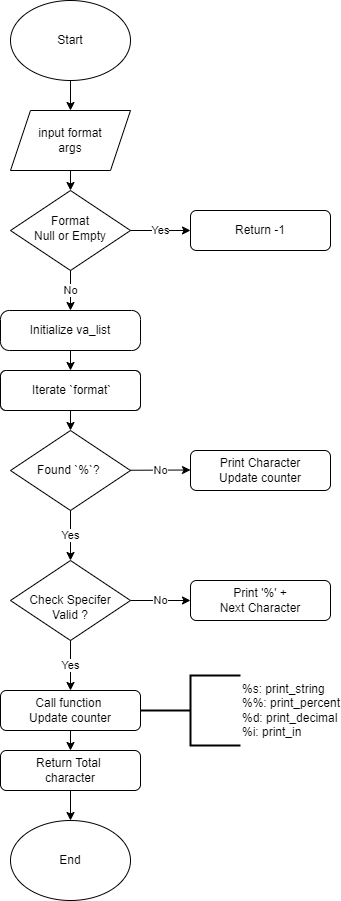
Earlier version of the draw.io export diagram.png (alexandremorin24/_printf_holberton). Source tidied: cells renumbered, new cells last; positions are measured from the earlier drawing's top-left corner, leaving out a move shared by most shapes.
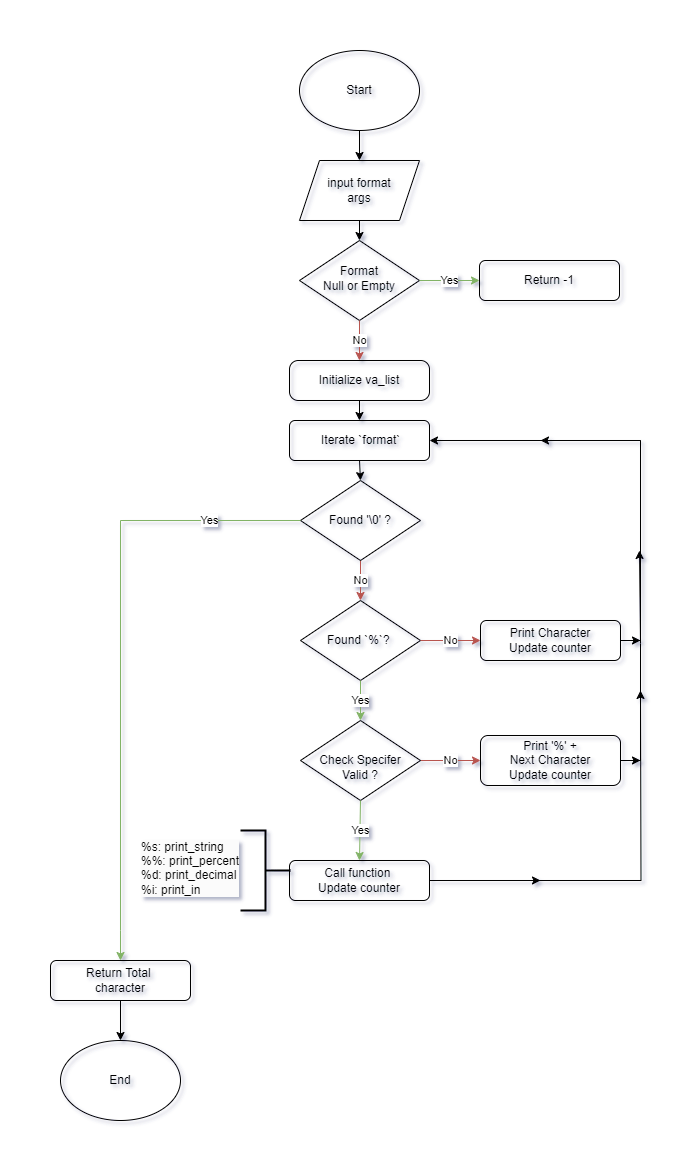
Later version of the same file.

Change to the diagram source:
```diff
@@ -1,91 +1,147 @@
-<mxGraphModel>
+<mxGraphModel shadow="1">
   <root>
     <mxCell id="0" />
     <mxCell id="1" parent="0" />
     <mxCell id="2" value="Format&lt;div&gt;Null or Empty&lt;/div&gt;" style="rhombus;whiteSpace=wrap;html=1;shadow=0;fontFamily=Helvetica;fontSize=12;align=center;strokeWidth=1;spacing=6;spacingTop=-4;gradientColor=none;fillColor=none;fillStyle=cross-hatch;" parent="1" vertex="1">
-      <mxGeometry x="10" y="190" width="120" height="80" as="geometry" />
+      <mxGeometry x="9" y="80" width="120" height="80" as="geometry" />
     </mxCell>
     <mxCell id="3" value="Return -1" style="rounded=1;whiteSpace=wrap;html=1;fontSize=12;glass=0;strokeWidth=1;shadow=0;gradientColor=none;fillColor=none;fillStyle=cross-hatch;" parent="1" vertex="1">
-      <mxGeometry x="190" y="210" width="140" height="40" as="geometry" />
+      <mxGeometry x="189" y="100" width="140" height="40" as="geometry" />
     </mxCell>
     <mxCell id="4" value="Start" style="ellipse;whiteSpace=wrap;html=1;gradientColor=none;fillColor=none;fillStyle=cross-hatch;" parent="1" vertex="1">
-      <mxGeometry x="10" width="120" height="80" as="geometry" />
+      <mxGeometry x="9" y="-110" width="120" height="80" as="geometry" />
     </mxCell>
     <mxCell id="5" value="Initialize va_list" style="rounded=1;whiteSpace=wrap;html=1;gradientColor=none;arcSize=22;fillColor=none;fillStyle=cross-hatch;" parent="1" vertex="1">
-      <mxGeometry y="310" width="140" height="40" as="geometry" />
+      <mxGeometry x="-1" y="200" width="140" height="40" as="geometry" />
     </mxCell>
     <mxCell id="6" style="edgeStyle=orthogonalEdgeStyle;rounded=0;orthogonalLoop=1;jettySize=auto;html=1;exitX=0.5;exitY=1;exitDx=0;exitDy=0;" parent="1" edge="1" source="5" target="5">
       <mxGeometry relative="1" as="geometry" />
     </mxCell>
+    <mxCell id="29" style="edgeStyle=orthogonalEdgeStyle;rounded=0;jettySize=auto;html=1;exitX=0.5;exitY=1;exitDx=0;exitDy=0;entryX=0.5;entryY=0;entryDx=0;entryDy=0;" parent="1" edge="1" source="7" target="35">
+      <mxGeometry relative="1" as="geometry" />
+    </mxCell>
     <mxCell id="7" value="&amp;nbsp;Iterate `format`" style="rounded=1;whiteSpace=wrap;html=1;gradientColor=none;arcSize=14;fillColor=none;fillStyle=cross-hatch;" parent="1" vertex="1">
-      <mxGeometry y="370" width="140" height="40" as="geometry" />
+      <mxGeometry x="-1" y="260" width="140" height="40" as="geometry" />
     </mxCell>
     <mxCell id="8" value="&amp;nbsp;Found `&lt;span class=&quot;hljs-operator&quot;&gt;%&lt;/span&gt;`?&amp;nbsp;&amp;nbsp;" style="rhombus;whiteSpace=wrap;html=1;gradientColor=none;fillColor=none;fillStyle=cross-hatch;" parent="1" vertex="1">
-      <mxGeometry x="10" y="430" width="120" height="80" as="geometry" />
+      <mxGeometry x="10" y="440" width="120" height="80" as="geometry" />
     </mxCell>
+    <mxCell id="30" style="edgeStyle=orthogonalEdgeStyle;rounded=0;jettySize=auto;html=1;exitX=1;exitY=0.5;exitDx=0;exitDy=0;" parent="1" edge="1" source="9">
+      <mxGeometry relative="1" as="geometry">
+        <mxPoint x="350" y="530" as="targetPoint" />
+      </mxGeometry>
+    </mxCell>
     <mxCell id="9" value="Call function&amp;nbsp;&lt;div&gt;Update counter&lt;/div&gt;" style="rounded=1;whiteSpace=wrap;html=1;gradientColor=none;fillColor=none;fillStyle=cross-hatch;" parent="1" vertex="1">
-      <mxGeometry y="690" width="140" height="40" as="geometry" />
+      <mxGeometry x="-1" y="700" width="140" height="40" as="geometry" />
     </mxCell>
+    <mxCell id="22" style="edgeStyle=orthogonalEdgeStyle;rounded=0;jettySize=auto;html=1;exitX=0.5;exitY=1;exitDx=0;exitDy=0;entryX=0.5;entryY=0;entryDx=0;entryDy=0;" parent="1" edge="1" source="10" target="21">
+      <mxGeometry relative="1" as="geometry" />
+    </mxCell>
     <mxCell id="10" value="Return Total&amp;nbsp;&lt;div&gt;character&lt;/div&gt;" style="rounded=1;whiteSpace=wrap;html=1;gradientColor=none;fillColor=none;fillStyle=cross-hatch;" parent="1" vertex="1">
-      <mxGeometry y="750" width="140" height="40" as="geometry" />
+      <mxGeometry x="-240" y="800" width="140" height="40" as="geometry" />
     </mxCell>
+    <mxCell id="18" value="No" style="edgeStyle=orthogonalEdgeStyle;rounded=0;jettySize=auto;html=1;exitX=1;exitY=0.5;exitDx=0;exitDy=0;entryX=0;entryY=0.5;entryDx=0;entryDy=0;fillColor=#f8cecc;strokeColor=#b85450;" parent="1" edge="1" source="11" target="12">
+      <mxGeometry relative="1" as="geometry" />
+    </mxCell>
     <mxCell id="11" value="&lt;div&gt;&lt;br&gt;&lt;/div&gt;Check Specifer&lt;div&gt;Valid ?&lt;/div&gt;" style="rhombus;whiteSpace=wrap;html=1;gradientColor=none;fillColor=none;fillStyle=cross-hatch;" parent="1" vertex="1">
       <mxGeometry x="10" y="560" width="120" height="80" as="geometry" />
     </mxCell>
+    <mxCell id="31" style="edgeStyle=orthogonalEdgeStyle;rounded=0;jettySize=auto;html=1;exitX=1;exitY=0.5;exitDx=0;exitDy=0;" parent="1" edge="1" source="12">
+      <mxGeometry relative="1" as="geometry">
+        <mxPoint x="349" y="390" as="targetPoint" />
+      </mxGeometry>
+    </mxCell>
-    <mxCell id="12" value="Print '%' +&lt;div&gt;Next Character&lt;/div&gt;" style="rounded=1;whiteSpace=wrap;html=1;gradientColor=none;fillColor=none;fillStyle=cross-hatch;" parent="1" vertex="1">
-      <mxGeometry x="190" y="580" width="140" height="40" as="geometry" />
+    <mxCell id="12" value="Print '%' +&lt;div&gt;Next Character&lt;/div&gt;&lt;div&gt;Update counter&lt;/div&gt;" style="rounded=1;whiteSpace=wrap;html=1;gradientColor=none;fillColor=none;fillStyle=cross-hatch;" parent="1" vertex="1">
+      <mxGeometry x="190" y="575" width="140" height="50" as="geometry" />
     </mxCell>
-    <mxCell id="13" value="No" style="endArrow=classic;html=1;rounded=0;entryX=0.5;entryY=0;entryDx=0;entryDy=0;exitX=0.5;exitY=1;exitDx=0;exitDy=0;" parent="1" edge="1" source="2" target="5">
+    <mxCell id="13" value="No" style="endArrow=classic;html=1;rounded=0;entryX=0.5;entryY=0;entryDx=0;entryDy=0;exitX=0.5;exitY=1;exitDx=0;exitDy=0;fillColor=#f8cecc;strokeColor=#b85450;" parent="1" edge="1" source="2" target="5">
       <mxGeometry relative="1" as="geometry" />
     </mxCell>
-    <mxCell id="14" value="Yes" style="endArrow=classic;html=1;rounded=0;entryX=0;entryY=0.5;entryDx=0;entryDy=0;exitX=1;exitY=0.5;exitDx=0;exitDy=0;" parent="1" edge="1" source="2" target="3">
+    <mxCell id="14" value="Yes" style="endArrow=classic;html=1;rounded=0;entryX=0;entryY=0.5;entryDx=0;entryDy=0;exitX=1;exitY=0.5;exitDx=0;exitDy=0;fillColor=#d5e8d4;strokeColor=#82b366;" parent="1" edge="1" source="2" target="3">
       <mxGeometry relative="1" as="geometry" />
     </mxCell>
-    <mxCell id="15" style="endArrow=classic;html=1;rounded=0;entryX=0.5;entryY=0;entryDx=0;entryDy=0;exitX=0.5;exitY=1;exitDx=0;exitDy=0;" parent="1" edge="1" source="7" target="8">
-      <mxGeometry relative="1" as="geometry" />
-    </mxCell>
     <mxCell id="16" style="endArrow=classic;html=1;rounded=0;entryX=0.5;entryY=0;entryDx=0;entryDy=0;exitX=0.5;exitY=1;exitDx=0;exitDy=0;" parent="1" edge="1" source="5" target="7">
       <mxGeometry relative="1" as="geometry" />
     </mxCell>
-    <mxCell id="17" value="Yes" style="endArrow=classic;html=1;rounded=0;exitX=0.5;exitY=1;exitDx=0;exitDy=0;entryX=0.5;entryY=0;entryDx=0;entryDy=0;" parent="1" edge="1" source="8" target="11">
+    <mxCell id="17" value="Yes" style="endArrow=classic;html=1;rounded=0;exitX=0.5;exitY=1;exitDx=0;exitDy=0;entryX=0.5;entryY=0;entryDx=0;entryDy=0;fillColor=#d5e8d4;strokeColor=#82b366;" parent="1" edge="1" source="8" target="11">
       <mxGeometry relative="1" as="geometry" />
     </mxCell>
-    <mxCell id="18" value="No" style="endArrow=classic;html=1;rounded=0;entryX=0;entryY=0.5;entryDx=0;entryDy=0;exitX=1;exitY=0.5;exitDx=0;exitDy=0;" parent="1" edge="1" source="11" target="12">
-      <mxGeometry relative="1" as="geometry" />
-    </mxCell>
-    <mxCell id="19" value="Yes" style="endArrow=classic;html=1;rounded=0;entryX=0.5;entryY=0;entryDx=0;entryDy=0;exitX=0.5;exitY=1;exitDx=0;exitDy=0;" parent="1" edge="1" source="11" target="9">
+    <mxCell id="19" value="Yes" style="endArrow=classic;html=1;rounded=0;entryX=0.5;entryY=0;entryDx=0;entryDy=0;exitX=0.5;exitY=1;exitDx=0;exitDy=0;fillColor=#d5e8d4;strokeColor=#82b366;" parent="1" edge="1" source="11" target="9">
       <mxGeometry relative="1" as="geometry" />
     </mxCell>
-    <mxCell id="20" style="endArrow=classic;html=1;rounded=0;entryX=0.5;entryY=0;entryDx=0;entryDy=0;exitX=0.5;exitY=1;exitDx=0;exitDy=0;" parent="1" edge="1" source="9">
-      <mxGeometry relative="1" as="geometry">
-        <mxPoint x="70" y="750" as="targetPoint" />
-      </mxGeometry>
-    </mxCell>
     <mxCell id="21" value="End" style="ellipse;whiteSpace=wrap;html=1;gradientColor=none;fillColor=none;fillStyle=cross-hatch;" parent="1" vertex="1">
-      <mxGeometry x="10" y="820" width="120" height="80" as="geometry" />
+      <mxGeometry x="-230" y="880" width="120" height="80" as="geometry" />
     </mxCell>
-    <mxCell id="22" style="endArrow=classic;html=1;rounded=0;exitX=0.5;exitY=1;exitDx=0;exitDy=0;entryX=0.5;entryY=0;entryDx=0;entryDy=0;" parent="1" edge="1" source="10" target="21">
-      <mxGeometry relative="1" as="geometry" />
-    </mxCell>
+    <mxCell id="32" style="edgeStyle=orthogonalEdgeStyle;rounded=0;jettySize=auto;html=1;exitX=1;exitY=0.5;exitDx=0;exitDy=0;entryX=1;entryY=0.5;entryDx=0;entryDy=0;" parent="1" edge="1" source="23" target="7">
+      <mxGeometry relative="1" as="geometry" />
+    </mxCell>
     <mxCell id="23" value="Print Character&lt;div&gt;Update counter&lt;/div&gt;" style="rounded=1;whiteSpace=wrap;html=1;gradientColor=none;fillColor=none;fillStyle=cross-hatch;" parent="1" vertex="1">
-      <mxGeometry x="190" y="450" width="140" height="40" as="geometry" />
+      <mxGeometry x="190" y="460" width="140" height="40" as="geometry" />
     </mxCell>
-    <mxCell id="24" value="No" style="endArrow=classic;html=1;rounded=0;entryX=0;entryY=0.5;entryDx=0;entryDy=0;" parent="1" edge="1" source="8">
-      <mxGeometry relative="1" as="geometry">
-        <mxPoint x="190" y="469.5" as="targetPoint" />
-      </mxGeometry>
+    <mxCell id="24" value="No" style="endArrow=classic;html=1;rounded=0;entryX=0;entryY=0.5;entryDx=0;entryDy=0;fillColor=#f8cecc;strokeColor=#b85450;" parent="1" edge="1" source="8" target="23">
+      <mxGeometry relative="1" as="geometry" />
     </mxCell>
     <mxCell id="25" value="input format&lt;div&gt;args&lt;/div&gt;" style="shape=parallelogram;perimeter=parallelogramPerimeter;whiteSpace=wrap;html=1;fixedSize=1;gradientColor=none;fillColor=none;" parent="1" vertex="1">
-      <mxGeometry x="10" y="110" width="120" height="60" as="geometry" />
+      <mxGeometry x="9" width="120" height="60" as="geometry" />
     </mxCell>
-    <mxCell id="26" value="&lt;div&gt;&lt;span style=&quot;white-space-collapse: collapse;&quot;&gt;%s: print_string&lt;/span&gt;&lt;/div&gt;&lt;div&gt;&lt;span style=&quot;white-space-collapse: collapse;&quot;&gt;%%: print_percent&lt;/span&gt;&lt;/div&gt;&lt;div&gt;&lt;span style=&quot;white-space-collapse: collapse;&quot;&gt;%d: print_decimal&lt;/span&gt;&lt;/div&gt;&lt;div&gt;&lt;span style=&quot;white-space-collapse: collapse;&quot;&gt;%i: print_in&lt;/span&gt;&lt;/div&gt;" style="strokeWidth=2;html=1;shape=mxgraph.flowchart.annotation_2;align=left;labelPosition=right;" parent="1" vertex="1">
-      <mxGeometry x="140" y="675" width="100" height="70" as="geometry" />
-    </mxCell>
     <mxCell id="27" style="endArrow=classic;html=1;rounded=0;exitX=0.5;exitY=1;exitDx=0;exitDy=0;entryX=0.5;entryY=0;entryDx=0;entryDy=0;" parent="1" edge="1" source="4" target="25">
       <mxGeometry relative="1" as="geometry" />
     </mxCell>
     <mxCell id="28" style="endArrow=classic;html=1;rounded=0;exitX=0.5;exitY=1;exitDx=0;exitDy=0;entryX=0.5;entryY=0;entryDx=0;entryDy=0;" parent="1" edge="1" source="25" target="2">
       <mxGeometry relative="1" as="geometry" />
     </mxCell>
+    <mxCell id="33" value="No" style="edgeStyle=orthogonalEdgeStyle;rounded=0;jettySize=auto;html=1;exitX=0.5;exitY=1;exitDx=0;exitDy=0;entryX=0.5;entryY=0;entryDx=0;entryDy=0;fillColor=#f8cecc;strokeColor=#b85450;" parent="1" edge="1" source="35" target="8">
+      <mxGeometry relative="1" as="geometry" />
+    </mxCell>
+    <mxCell id="34" style="edgeStyle=orthogonalEdgeStyle;rounded=0;jettySize=auto;html=1;exitX=1;exitY=0.5;exitDx=0;exitDy=0;" parent="1" edge="1" source="35">
+      <mxGeometry relative="1" as="geometry">
+        <mxPoint x="130.3" y="360" as="targetPoint" />
+      </mxGeometry>
+    </mxCell>
+    <mxCell id="35" value="Found '\0' ?" style="rhombus;whiteSpace=wrap;html=1;fillColor=none;" parent="1" vertex="1">
+      <mxGeometry x="10" y="320" width="120" height="80" as="geometry" />
+    </mxCell>
+    <mxCell id="36" value="Yes" style="endArrow=classic;html=1;rounded=0;entryX=0.5;entryY=0;entryDx=0;entryDy=0;exitX=0;exitY=0.5;exitDx=0;exitDy=0;fillColor=#d5e8d4;strokeColor=#82b366;" parent="1" edge="1" source="35" target="10">
+      <mxGeometry x="-0.71" relative="1" as="geometry">
+        <Array as="points">
+          <mxPoint x="-170" y="360" />
+          <mxPoint x="-170" y="770" />
+        </Array>
+        <mxPoint x="-1" as="offset" />
+      </mxGeometry>
+    </mxCell>
+    <mxCell id="37" style="strokeWidth=2;html=1;shape=mxgraph.flowchart.annotation_2;align=left;labelPosition=right;direction=west;" parent="1" vertex="1">
+      <mxGeometry x="-50" y="670" width="50" height="80" as="geometry" />
+    </mxCell>
+    <mxCell id="26" value="&#10;&lt;div style=&quot;forced-color-adjust: none; color: rgb(0, 0, 0); font-family: Helvetica; font-size: 12px; font-style: normal; font-variant-ligatures: normal; font-variant-caps: normal; font-weight: 400; letter-spacing: normal; orphans: 2; text-align: left; text-indent: 0px; text-transform: none; widows: 2; word-spacing: 0px; -webkit-text-stroke-width: 0px; white-space: nowrap; background-color: rgb(251, 251, 251); text-decoration-thickness: initial; text-decoration-style: initial; text-decoration-color: initial;&quot;&gt;&lt;span style=&quot;forced-color-adjust: none; white-space-collapse: collapse;&quot;&gt;%s: print_string&lt;/span&gt;&lt;/div&gt;&lt;div style=&quot;forced-color-adjust: none; color: rgb(0, 0, 0); font-family: Helvetica; font-size: 12px; font-style: normal; font-variant-ligatures: normal; font-variant-caps: normal; font-weight: 400; letter-spacing: normal; orphans: 2; text-align: left; text-indent: 0px; text-transform: none; widows: 2; word-spacing: 0px; -webkit-text-stroke-width: 0px; white-space: nowrap; background-color: rgb(251, 251, 251); text-decoration-thickness: initial; text-decoration-style: initial; text-decoration-color: initial;&quot;&gt;&lt;span style=&quot;forced-color-adjust: none; white-space-collapse: collapse;&quot;&gt;%%: print_percent&lt;/span&gt;&lt;/div&gt;&lt;div style=&quot;forced-color-adjust: none; color: rgb(0, 0, 0); font-family: Helvetica; font-size: 12px; font-style: normal; font-variant-ligatures: normal; font-variant-caps: normal; font-weight: 400; letter-spacing: normal; orphans: 2; text-align: left; text-indent: 0px; text-transform: none; widows: 2; word-spacing: 0px; -webkit-text-stroke-width: 0px; white-space: nowrap; background-color: rgb(251, 251, 251); text-decoration-thickness: initial; text-decoration-style: initial; text-decoration-color: initial;&quot;&gt;&lt;span style=&quot;forced-color-adjust: none; white-space-collapse: collapse;&quot;&gt;%d: print_decimal&lt;/span&gt;&lt;/div&gt;&lt;div style=&quot;forced-color-adjust: none; color: rgb(0, 0, 0); font-family: Helvetica; font-size: 12px; font-style: normal; font-variant-ligatures: normal; font-variant-caps: normal; font-weight: 400; letter-spacing: normal; orphans: 2; text-align: left; text-indent: 0px; text-transform: none; widows: 2; word-spacing: 0px; -webkit-text-stroke-width: 0px; white-space: nowrap; background-color: rgb(251, 251, 251); text-decoration-thickness: initial; text-decoration-style: initial; text-decoration-color: initial;&quot;&gt;&lt;span style=&quot;forced-color-adjust: none; white-space-collapse: collapse;&quot;&gt;%i: print_in&lt;/span&gt;&lt;/div&gt;&#10;&#10;" style="text;html=1;align=center;verticalAlign=middle;whiteSpace=wrap;rounded=0;fillColor=none;gradientColor=default;" parent="1" vertex="1">
+      <mxGeometry x="-130" y="700" width="60" height="30" as="geometry" />
+    </mxCell>
+    <mxCell id="38" style="edgeStyle=orthogonalEdgeStyle;rounded=0;orthogonalLoop=1;jettySize=auto;html=1;exitX=0.5;exitY=1;exitDx=0;exitDy=0;" parent="1" edge="1" source="26" target="26">
+      <mxGeometry relative="1" as="geometry" />
+    </mxCell>
+    <mxCell id="39" style="endArrow=classic;html=1;rounded=0;exitX=1;exitY=0.5;exitDx=0;exitDy=0;" parent="1" edge="1" source="9">
+      <mxGeometry relative="1" as="geometry">
+        <mxPoint x="250" y="720" as="targetPoint" />
+      </mxGeometry>
+    </mxCell>
+    <mxCell id="40" style="endArrow=classic;html=1;rounded=0;" parent="1" edge="1">
+      <mxGeometry relative="1" as="geometry">
+        <mxPoint x="350" y="280" as="sourcePoint" />
+        <mxPoint x="250" y="280" as="targetPoint" />
+      </mxGeometry>
+    </mxCell>
+    <mxCell id="41" style="endArrow=classic;html=1;rounded=0;exitX=1;exitY=0.5;exitDx=0;exitDy=0;" parent="1" edge="1" source="12">
+      <mxGeometry relative="1" as="geometry">
+        <mxPoint x="350" y="600" as="targetPoint" />
+      </mxGeometry>
+    </mxCell>
+    <mxCell id="42" style="endArrow=classic;html=1;rounded=0;exitX=1;exitY=0.5;exitDx=0;exitDy=0;" parent="1" edge="1" source="23">
+      <mxGeometry relative="1" as="geometry">
+        <mxPoint x="350" y="480" as="targetPoint" />
+      </mxGeometry>
+    </mxCell>
+    <mxCell id="43" style="rounded=0;whiteSpace=wrap;html=1;gradientColor=none;fillColor=none;strokeColor=none;" parent="1" vertex="1">
+      <mxGeometry x="-290" y="-160" width="680" height="1160" as="geometry" />
+    </mxCell>
   </root>
 </mxGraphModel>
```
